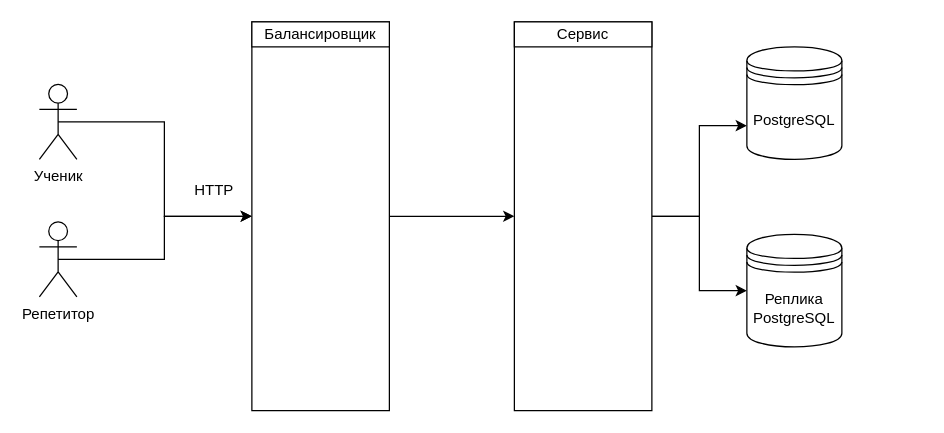
The draw.io diagram page "Страница-2" (2 of 2) of 2.drawio in Vilgiz/Draw.io, before the edit. Source tidied: cells renumbered, new cells numbered last; positions are measured from the earlier drawing's top-left corner, leaving out a move shared by most shapes. Both pictures are drawn from the tidied source at 125%, with x=0, y=0 at pixel (39, 21).
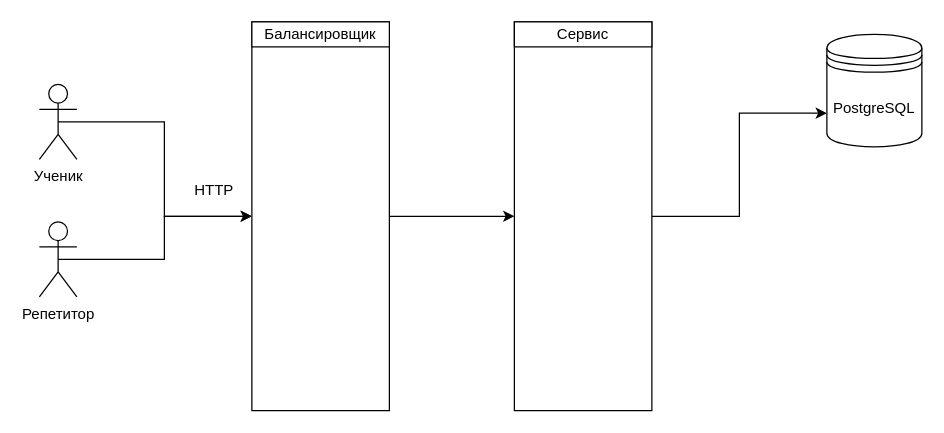
The same page after the edit.

What changed in the source:
```diff
@@
 <mxGraphModel>
   <root>
     <mxCell id="0" />
     <mxCell id="1" parent="0" />
     <mxCell id="2" style="edgeStyle=orthogonalEdgeStyle;rounded=0;jettySize=auto;html=1;exitX=0.5;exitY=0.5;exitDx=0;exitDy=0;exitPerimeter=0;entryX=0;entryY=0.5;entryDx=0;entryDy=0;" parent="1" edge="1" source="3" target="10">
       <mxGeometry relative="1" as="geometry" />
     </mxCell>
     <mxCell id="3" value="Репетитор" style="shape=umlActor;verticalLabelPosition=bottom;verticalAlign=top;html=1;outlineConnect=0;" parent="1" vertex="1">
       <mxGeometry y="160" width="30" height="60" as="geometry" />
     </mxCell>
     <mxCell id="4" style="edgeStyle=orthogonalEdgeStyle;rounded=0;jettySize=auto;html=1;exitX=0.5;exitY=0.5;exitDx=0;exitDy=0;exitPerimeter=0;entryX=0;entryY=0.5;entryDx=0;entryDy=0;" parent="1" edge="1" source="5" target="10">
       <mxGeometry relative="1" as="geometry" />
     </mxCell>
     <mxCell id="5" value="Ученик" style="shape=umlActor;verticalLabelPosition=bottom;verticalAlign=top;html=1;outlineConnect=0;" parent="1" vertex="1">
       <mxGeometry y="50" width="30" height="60" as="geometry" />
     </mxCell>
     <mxCell id="6" style="edgeStyle=orthogonalEdgeStyle;rounded=0;jettySize=auto;html=1;exitX=1;exitY=0.5;exitDx=0;exitDy=0;entryX=0;entryY=0.7;entryDx=0;entryDy=0;" parent="1" edge="1" source="8" target="13">
       <mxGeometry relative="1" as="geometry" />
     </mxCell>
-    <mxCell id="7" style="edgeStyle=orthogonalEdgeStyle;rounded=0;jettySize=auto;html=1;exitX=1;exitY=0.5;exitDx=0;exitDy=0;entryX=0;entryY=0.5;entryDx=0;entryDy=0;" parent="1" edge="1" source="8" target="14">
-      <mxGeometry relative="1" as="geometry" />
-    </mxCell>
     <mxCell id="8" style="rounded=0;whiteSpace=wrap;html=1;" parent="1" vertex="1">
       <mxGeometry x="380" width="110" height="311" as="geometry" />
     </mxCell>
     <mxCell id="9" style="edgeStyle=orthogonalEdgeStyle;rounded=0;jettySize=auto;html=1;exitX=1;exitY=0.5;exitDx=0;exitDy=0;entryX=0;entryY=0.5;entryDx=0;entryDy=0;" parent="1" edge="1" source="10" target="8">
       <mxGeometry relative="1" as="geometry" />
     </mxCell>
     <mxCell id="10" style="rounded=0;whiteSpace=wrap;html=1;" parent="1" vertex="1">
       <mxGeometry x="170" width="110" height="311" as="geometry" />
     </mxCell>
     <mxCell id="11" value="Балансировщик" style="rounded=0;whiteSpace=wrap;html=1;" parent="1" vertex="1">
       <mxGeometry x="170" width="110" height="20" as="geometry" />
     </mxCell>
     <mxCell id="12" value="Сервис" style="rounded=0;whiteSpace=wrap;html=1;" parent="1" vertex="1">
       <mxGeometry x="380" width="110" height="20" as="geometry" />
     </mxCell>
     <mxCell id="13" value="PostgreSQL" style="shape=datastore;whiteSpace=wrap;html=1;" parent="1" vertex="1">
-      <mxGeometry x="566" y="20" width="76" height="90" as="geometry" />
+      <mxGeometry x="630" y="10" width="76" height="90" as="geometry" />
     </mxCell>
-    <mxCell id="14" value="Реплика&lt;br&gt;PostgreSQL" style="shape=datastore;whiteSpace=wrap;html=1;" parent="1" vertex="1">
-      <mxGeometry x="566" y="170" width="76" height="90" as="geometry" />
-    </mxCell>
     <mxCell id="15" value="НTTP" style="text;html=1;whiteSpace=wrap;strokeColor=none;fillColor=none;align=center;verticalAlign=middle;rounded=0;" parent="1" vertex="1">
       <mxGeometry x="110" y="120" width="60" height="30" as="geometry" />
     </mxCell>
   </root>
 </mxGraphModel>
```
